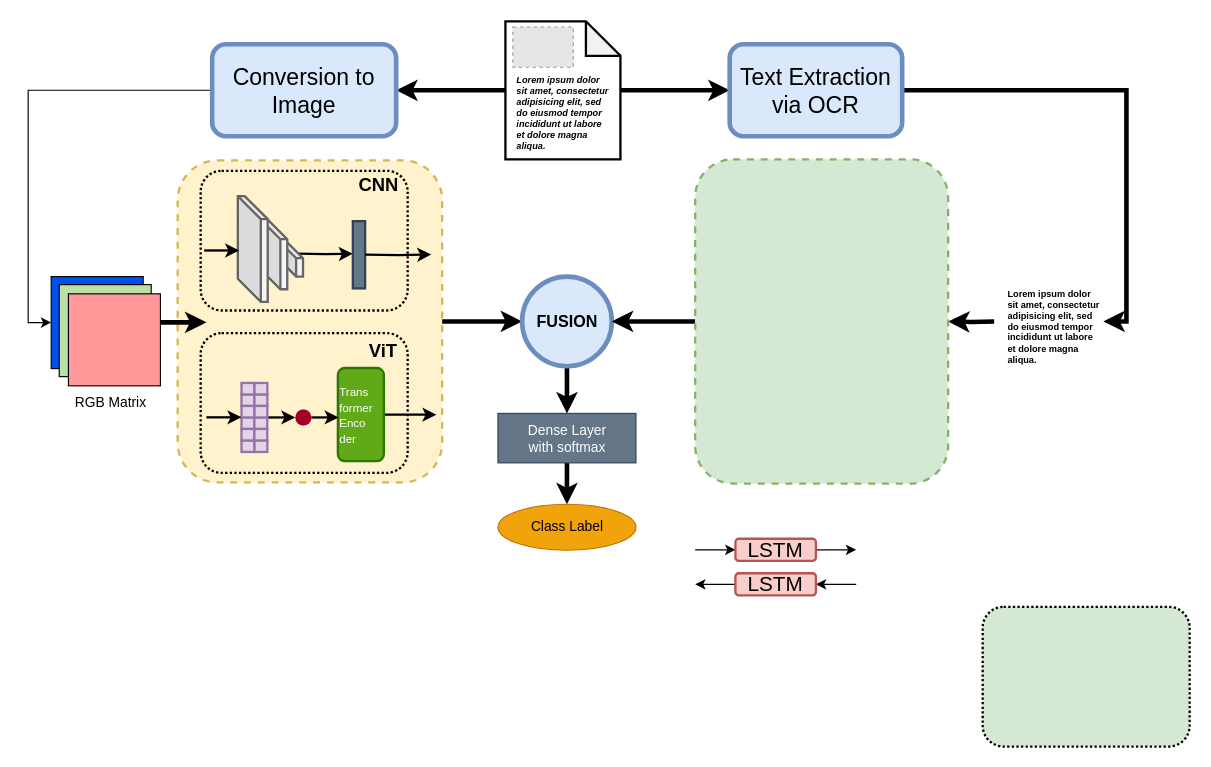
The draw.io diagram multimodal.drawio in viniciusrpb/drawio_flowcharts, before the edit. Source tidied: cells renumbered, new cells numbered last; positions are measured from the earlier drawing's top-left corner, leaving out a move shared by most shapes. Both pictures are drawn from the tidied source at 115%, with x=0, y=0 at pixel (51, 21). Pictures stored in the file or linked from it are replaced by grey dashed boxes.
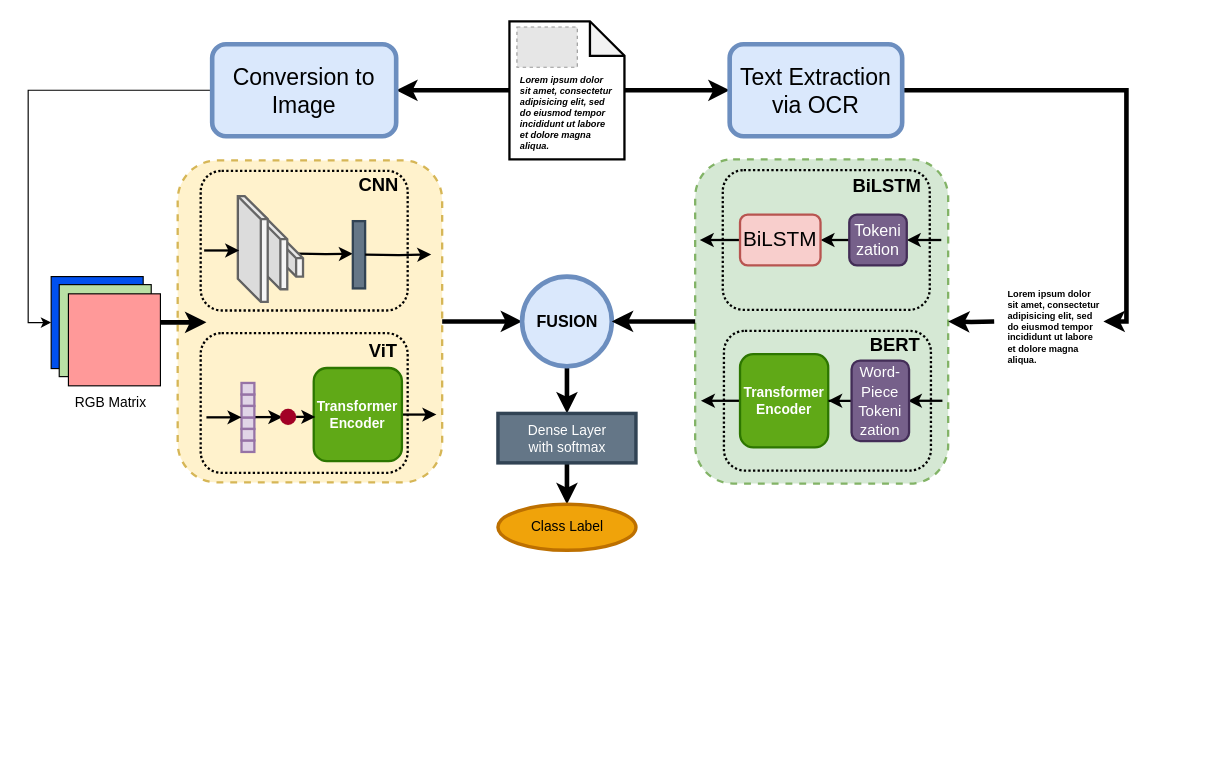
Above is the later version.

What changed in the source:
```diff
@@
+    <mxCell id="26" style="rounded=1;whiteSpace=wrap;html=1;dashed=1;fillColor=#d5e8d4;strokeColor=#82b366;strokeWidth=2;" parent="1" vertex="1">
+      <mxGeometry x="560" y="120" width="220" height="282" as="geometry" />
+    </mxCell>
@@
     <mxCell id="4" style="rounded=1;whiteSpace=wrap;html=1;dashed=1;strokeWidth=2;fillColor=#d5e8d4;strokeColor=#000000;dashPattern=1 1;" parent="1" vertex="1">
-      <mxGeometry x="810" y="509.2" width="180" height="121.5" as="geometry" />
+      <mxGeometry x="584" y="129.5" width="180" height="121.5" as="geometry" />
     </mxCell>
@@
     <mxCell id="12" style="shape=note;whiteSpace=wrap;html=1;backgroundOutline=1;darkOpacity=0.05;strokeWidth=2;" parent="1" vertex="1">
-      <mxGeometry x="395" width="100" height="120" as="geometry" />
+      <mxGeometry x="398.5" width="100" height="120" as="geometry" />
     </mxCell>
@@
     <mxCell id="17" value="&lt;h1 style=&quot;margin-top: 0px;&quot;&gt;&lt;span style=&quot;background-color: transparent; color: light-dark(rgb(0, 0, 0), rgb(255, 255, 255));&quot;&gt;Lorem ipsum dolor sit amet, consectetur adipisicing elit, sed do eiusmod tempor incididunt ut labore et dolore magna aliqua.&lt;/span&gt;&lt;/h1&gt;" style="text;html=1;whiteSpace=wrap;overflow=hidden;rounded=0;fontSize=4;strokeWidth=4;fontStyle=3;" parent="1" vertex="1">
-      <mxGeometry x="402.5" y="40" width="85" height="70" as="geometry" />
+      <mxGeometry x="406" y="40" width="85" height="70" as="geometry" />
     </mxCell>
     <mxCell id="18" style="fillColor=#E6E6E6;strokeColor=#999999;dashed=1;verticalLabelPosition=bottom;labelBackgroundColor=default;verticalAlign=top;" parent="1" vertex="1">
-      <mxGeometry x="401.5" y="5" width="52.5" height="35" as="geometry" />
+      <mxGeometry x="405" y="5" width="52.5" height="35" as="geometry" />
     </mxCell>
@@
-    <mxCell id="26" style="rounded=1;whiteSpace=wrap;html=1;dashed=1;fillColor=#d5e8d4;strokeColor=#82b366;strokeWidth=2;" parent="1" vertex="1">
-      <mxGeometry x="560" y="120" width="220" height="282" as="geometry" />
-    </mxCell>
@@
-    <mxCell id="32" style="rounded=0;whiteSpace=wrap;html=1;fillColor=#e1d5e7;strokeColor=#9673a6;strokeWidth=2;" parent="1" vertex="1">
-      <mxGeometry x="176.8" y="324.5" width="11.2" height="10" as="geometry" />
-    </mxCell>
@@
-    <mxCell id="34" style="edgeStyle=orthogonalEdgeStyle;rounded=0;jettySize=auto;html=1;exitX=1;exitY=0;exitDx=0;exitDy=0;entryX=0;entryY=0.5;entryDx=0;entryDy=0;strokeWidth=2;" parent="1" edge="1" source="35" target="49">
-      <mxGeometry relative="1" as="geometry" />
+    <mxCell id="34" style="edgeStyle=orthogonalEdgeStyle;rounded=0;orthogonalLoop=1;jettySize=auto;html=1;exitX=1;exitY=0;exitDx=0;exitDy=0;entryX=0;entryY=0.5;entryDx=0;entryDy=0;strokeWidth=2;" parent="1" edge="1">
+      <mxGeometry relative="1" as="geometry">
+        <mxPoint x="176.8" y="344.2" as="sourcePoint" />
+        <mxPoint x="201" y="344.2" as="targetPoint" />
+      </mxGeometry>
     </mxCell>
-    <mxCell id="35" style="rounded=0;whiteSpace=wrap;html=1;fillColor=#e1d5e7;strokeColor=#9673a6;strokeWidth=2;" parent="1" vertex="1">
-      <mxGeometry x="176.7" y="344.5" width="11.2" height="10" as="geometry" />
-    </mxCell>
@@
-    <mxCell id="37" style="rounded=0;whiteSpace=wrap;html=1;fillColor=#e1d5e7;strokeColor=#9673a6;strokeWidth=2;" parent="1" vertex="1">
-      <mxGeometry x="176.8" y="364.5" width="11.2" height="10" as="geometry" />
-    </mxCell>
@@
-    <mxCell id="39" style="rounded=0;whiteSpace=wrap;html=1;fillColor=#e1d5e7;strokeColor=#9673a6;strokeWidth=2;" parent="1" vertex="1">
-      <mxGeometry x="176.8" y="334.5" width="11.2" height="10" as="geometry" />
-    </mxCell>
@@
-    <mxCell id="41" style="rounded=0;whiteSpace=wrap;html=1;fillColor=#e1d5e7;strokeColor=#9673a6;strokeWidth=2;" parent="1" vertex="1">
-      <mxGeometry x="176.7" y="354.5" width="11.2" height="10" as="geometry" />
-    </mxCell>
@@
-    <mxCell id="43" value="&lt;div style=&quot;&quot;&gt;&lt;font style=&quot;font-size: 10px;&quot;&gt;Trans&lt;/font&gt;&lt;/div&gt;&lt;div style=&quot;&quot;&gt;&lt;font style=&quot;font-size: 10px;&quot;&gt;former&lt;/font&gt;&lt;/div&gt;&lt;font style=&quot;font-size: 10px;&quot;&gt;&lt;div style=&quot;&quot;&gt;&lt;span style=&quot;background-color: transparent; color: light-dark(rgb(255, 255, 255), rgb(18, 18, 18));&quot;&gt;Enco&lt;/span&gt;&lt;/div&gt;&lt;/font&gt;&lt;div style=&quot;&quot;&gt;&lt;font style=&quot;font-size: 10px;&quot;&gt;der&lt;/font&gt;&lt;/div&gt;" style="rounded=1;whiteSpace=wrap;html=1;strokeWidth=2;fillColor=#60a917;fontColor=#ffffff;strokeColor=#2D7600;align=left;" parent="1" vertex="1">
-      <mxGeometry x="249.3" y="301.5" width="40" height="81" as="geometry" />
+    <mxCell id="43" value="&lt;font&gt;Transformer&lt;/font&gt;&lt;div&gt;&lt;font&gt;Encoder&lt;/font&gt;&lt;/div&gt;" style="rounded=1;whiteSpace=wrap;html=1;strokeWidth=2;fillColor=#60a917;fontColor=#ffffff;strokeColor=#2D7600;align=center;fontStyle=1;" parent="1" vertex="1">
+      <mxGeometry x="228.3" y="301.5" width="76.7" height="81" as="geometry" />
     </mxCell>
@@
-    <mxCell id="45" style="rounded=0;whiteSpace=wrap;html=1;fillColor=#e1d5e7;strokeColor=#9673a6;strokeWidth=2;" parent="1" vertex="1">
-      <mxGeometry x="176.8" y="314.5" width="11.2" height="10" as="geometry" />
-    </mxCell>
@@
-    <mxCell id="47" value="&lt;span style=&quot;color: rgb(255, 255, 255);&quot;&gt;Dense&amp;nbsp;&lt;/span&gt;&lt;span style=&quot;color: light-dark(rgb(255, 255, 255), rgb(18, 18, 18)); background-color: transparent;&quot;&gt;Layer&lt;/span&gt;&lt;div style=&quot;color: rgb(255, 255, 255);&quot;&gt;&lt;span style=&quot;background-color: transparent; color: light-dark(rgb(255, 255, 255), rgb(18, 18, 18));&quot;&gt;with softmax&lt;/span&gt;&lt;/div&gt;" style="rounded=0;whiteSpace=wrap;html=1;fillColor=#647687;fontColor=#ffffff;strokeColor=#314354;" parent="1" vertex="1">
+    <mxCell id="47" value="&lt;span style=&quot;color: rgb(255, 255, 255);&quot;&gt;Dense&amp;nbsp;&lt;/span&gt;&lt;span style=&quot;color: light-dark(rgb(255, 255, 255), rgb(18, 18, 18)); background-color: transparent;&quot;&gt;Layer&lt;/span&gt;&lt;div style=&quot;color: rgb(255, 255, 255);&quot;&gt;&lt;span style=&quot;background-color: transparent; color: light-dark(rgb(255, 255, 255), rgb(18, 18, 18));&quot;&gt;with softmax&lt;/span&gt;&lt;/div&gt;" style="rounded=0;whiteSpace=wrap;html=1;fillColor=#647687;fontColor=#ffffff;strokeColor=#314354;strokeWidth=3;" parent="1" vertex="1">
       <mxGeometry x="388.5" y="341" width="120" height="43" as="geometry" />
     </mxCell>
-    <mxCell id="48" value="Class Label" style="ellipse;whiteSpace=wrap;html=1;fillColor=#f0a30a;fontColor=#000000;strokeColor=#BD7000;" parent="1" vertex="1">
+    <mxCell id="48" value="Class Label" style="ellipse;whiteSpace=wrap;html=1;fillColor=#f0a30a;fontColor=#000000;strokeColor=#BD7000;strokeWidth=3;" parent="1" vertex="1">
       <mxGeometry x="388.5" y="420" width="120" height="40" as="geometry" />
     </mxCell>
     <mxCell id="49" style="ellipse;whiteSpace=wrap;html=1;fillColor=#a20025;strokeColor=#6F0000;fontColor=#ffffff;strokeWidth=0;" parent="1" vertex="1">
-      <mxGeometry x="212.3" y="337.5" width="14" height="14" as="geometry" />
+      <mxGeometry x="199" y="337" width="14" height="14" as="geometry" />
     </mxCell>
@@
-    <mxCell id="57" style="edgeStyle=orthogonalEdgeStyle;rounded=0;jettySize=auto;html=1;exitX=0;exitY=0.5;exitDx=0;exitDy=0;" parent="1" edge="1" source="59">
-      <mxGeometry relative="1" as="geometry">
-        <mxPoint x="560" y="489.3" as="targetPoint" />
-      </mxGeometry>
-    </mxCell>
-    <mxCell id="58" style="edgeStyle=orthogonalEdgeStyle;rounded=0;jettySize=auto;html=1;exitX=1;exitY=0.5;exitDx=0;exitDy=0;startArrow=classic;startFill=1;endArrow=none;endFill=0;" parent="1" edge="1" source="59">
-      <mxGeometry relative="1" as="geometry">
-        <mxPoint x="700" y="489.3" as="targetPoint" />
-      </mxGeometry>
-    </mxCell>
+    <mxCell id="63" style="edgeStyle=orthogonalEdgeStyle;rounded=0;jettySize=auto;html=1;exitX=1;exitY=0.5;exitDx=0;exitDy=0;endArrow=none;endFill=0;startArrow=classic;startFill=1;entryX=0;entryY=0.5;entryDx=0;entryDy=0;strokeWidth=2;" parent="1" edge="1" source="59" target="66">
+      <mxGeometry relative="1" as="geometry" />
+    </mxCell>
+    <mxCell id="64" style="edgeStyle=orthogonalEdgeStyle;rounded=0;jettySize=auto;html=1;exitX=0;exitY=0.5;exitDx=0;exitDy=0;strokeWidth=2;" parent="1" edge="1" source="59">
+      <mxGeometry relative="1" as="geometry">
+        <mxPoint x="564" y="190.1" as="targetPoint" />
+      </mxGeometry>
+    </mxCell>
-    <mxCell id="59" value="&lt;font style=&quot;font-size: 18px;&quot;&gt;LSTM&lt;/font&gt;" style="rounded=1;whiteSpace=wrap;html=1;fillColor=#f8cecc;strokeColor=#b85450;strokeWidth=2;" parent="1" vertex="1">
-      <mxGeometry x="595" y="480" width="70" height="19.2" as="geometry" />
+    <mxCell id="59" value="&lt;font style=&quot;font-size: 18px;&quot;&gt;BiLSTM&lt;/font&gt;" style="rounded=1;whiteSpace=wrap;html=1;fillColor=#f8cecc;strokeColor=#b85450;strokeWidth=2;" parent="1" vertex="1">
+      <mxGeometry x="599" y="168.1" width="70" height="44.2" as="geometry" />
     </mxCell>
-    <mxCell id="60" style="edgeStyle=orthogonalEdgeStyle;rounded=0;jettySize=auto;html=1;exitX=0;exitY=0.5;exitDx=0;exitDy=0;endArrow=none;endFill=0;startArrow=classic;startFill=1;" parent="1" edge="1" source="62">
-      <mxGeometry relative="1" as="geometry">
-        <mxPoint x="560" y="459.9" as="targetPoint" />
-      </mxGeometry>
-    </mxCell>
-    <mxCell id="61" style="edgeStyle=orthogonalEdgeStyle;rounded=0;jettySize=auto;html=1;exitX=1;exitY=0.5;exitDx=0;exitDy=0;" parent="1" edge="1" source="62">
-      <mxGeometry relative="1" as="geometry">
-        <mxPoint x="700" y="460" as="targetPoint" />
-      </mxGeometry>
-    </mxCell>
-    <mxCell id="62" value="&lt;font style=&quot;font-size: 18px;&quot;&gt;LSTM&lt;/font&gt;" style="rounded=1;whiteSpace=wrap;html=1;fillColor=#f8cecc;strokeColor=#b85450;strokeWidth=2;" parent="1" vertex="1">
-      <mxGeometry x="595" y="450" width="70" height="19.2" as="geometry" />
-    </mxCell>
+    <mxCell id="65" style="edgeStyle=orthogonalEdgeStyle;rounded=0;jettySize=auto;html=1;exitX=1;exitY=0.5;exitDx=0;exitDy=0;strokeWidth=2;startArrow=classic;startFill=1;endArrow=none;endFill=0;" parent="1" edge="1" source="66">
+      <mxGeometry relative="1" as="geometry">
+        <mxPoint x="774" y="190.1" as="targetPoint" />
+      </mxGeometry>
+    </mxCell>
+    <mxCell id="66" value="&lt;font&gt;Tokeni&lt;/font&gt;&lt;div&gt;&lt;font&gt;zation&lt;/font&gt;&lt;/div&gt;" style="rounded=1;whiteSpace=wrap;html=1;fillColor=#76608a;strokeColor=#432D57;strokeWidth=2;fontSize=14;fontColor=#ffffff;" parent="1" vertex="1">
+      <mxGeometry x="694" y="168.1" width="50" height="44.2" as="geometry" />
+    </mxCell>
+    <mxCell id="67" value="BiLSTM" style="text;html=1;whiteSpace=wrap;strokeColor=none;fillColor=none;align=center;verticalAlign=middle;rounded=0;fontSize=16;fontStyle=1;" parent="1" vertex="1">
+      <mxGeometry x="697" y="127.5" width="60" height="30" as="geometry" />
+    </mxCell>
+    <mxCell id="68" style="rounded=1;whiteSpace=wrap;html=1;dashed=1;strokeWidth=2;fillColor=#d5e8d4;strokeColor=#000000;dashPattern=1 1;" parent="1" vertex="1">
+      <mxGeometry x="585" y="269.2" width="180" height="121.5" as="geometry" />
+    </mxCell>
+    <mxCell id="69" style="edgeStyle=orthogonalEdgeStyle;rounded=0;orthogonalLoop=1;jettySize=auto;html=1;exitX=0;exitY=0.5;exitDx=0;exitDy=0;strokeWidth=2;" parent="1" edge="1">
+      <mxGeometry relative="1" as="geometry">
+        <mxPoint x="600" y="330" as="sourcePoint" />
+        <mxPoint x="565" y="329.9" as="targetPoint" />
+      </mxGeometry>
+    </mxCell>
+    <mxCell id="70" style="edgeStyle=orthogonalEdgeStyle;rounded=0;orthogonalLoop=1;jettySize=auto;html=1;exitX=1;exitY=0.5;exitDx=0;exitDy=0;strokeWidth=2;startArrow=classic;startFill=1;endArrow=none;endFill=0;" parent="1" edge="1">
+      <mxGeometry relative="1" as="geometry">
+        <mxPoint x="745" y="330" as="sourcePoint" />
+        <mxPoint x="775" y="329.9" as="targetPoint" />
+      </mxGeometry>
+    </mxCell>
+    <mxCell id="71" value="BERT" style="text;html=1;whiteSpace=wrap;strokeColor=none;fillColor=none;align=center;verticalAlign=middle;rounded=0;fontSize=16;fontStyle=1;" parent="1" vertex="1">
+      <mxGeometry x="704" y="266.2" width="60" height="30" as="geometry" />
+    </mxCell>
+    <mxCell id="72" value="&lt;font&gt;Transformer&lt;/font&gt;&lt;div&gt;&lt;font&gt;Encoder&lt;/font&gt;&lt;/div&gt;" style="rounded=1;whiteSpace=wrap;html=1;strokeWidth=2;fillColor=#60a917;fontColor=#ffffff;strokeColor=#2D7600;align=center;fontStyle=1;" parent="1" vertex="1">
+      <mxGeometry x="599" y="289.5" width="76.7" height="81" as="geometry" />
+    </mxCell>
+    <mxCell id="73" style="edgeStyle=orthogonalEdgeStyle;rounded=0;jettySize=auto;html=1;strokeWidth=2;" parent="1" edge="1" source="74" target="72">
+      <mxGeometry relative="1" as="geometry" />
+    </mxCell>
+    <mxCell id="74" value="&lt;font style=&quot;font-size: 13px;&quot;&gt;Word-&lt;/font&gt;&lt;div&gt;&lt;font style=&quot;font-size: 13px;&quot;&gt;Piece&lt;/font&gt;&lt;/div&gt;&lt;div&gt;&lt;font style=&quot;font-size: 13px;&quot;&gt;Tokeni&lt;/font&gt;&lt;div&gt;&lt;font style=&quot;font-size: 13px;&quot;&gt;zation&lt;/font&gt;&lt;/div&gt;&lt;/div&gt;" style="rounded=1;whiteSpace=wrap;html=1;fillColor=#76608a;strokeColor=#432D57;strokeWidth=2;fontSize=14;fontColor=#ffffff;" parent="1" vertex="1">
+      <mxGeometry x="696" y="295" width="50" height="70" as="geometry" />
+    </mxCell>
```
